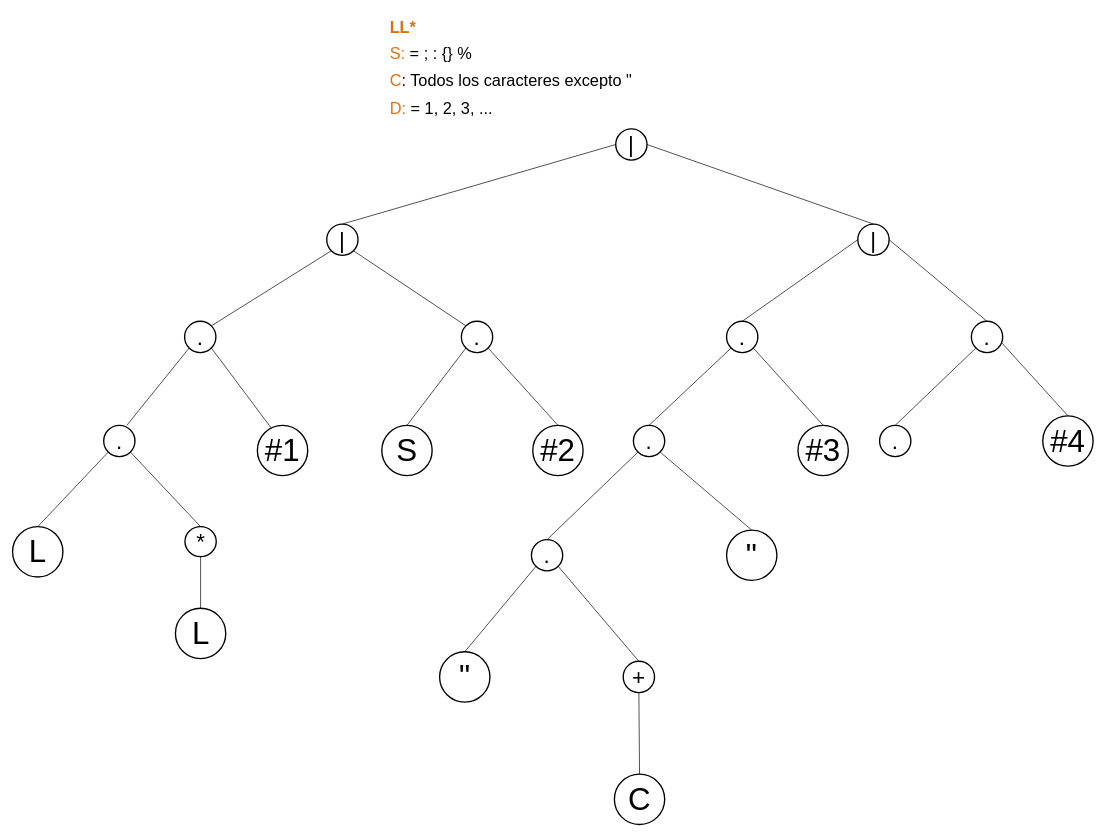
The draw.io diagram Proyecto1/Documentación/Manual Tecnico/Diagrama sin título.drawio in Farot3/-LFP-2S24Proyectos_202307820, before the edit. Source tidied: cells renumbered, new cells numbered last; positions are measured from the earlier drawing's top-left corner, leaving out a move shared by most shapes. Both pictures are drawn from the tidied source at 68%, with x=0, y=0 at pixel (12, 12).
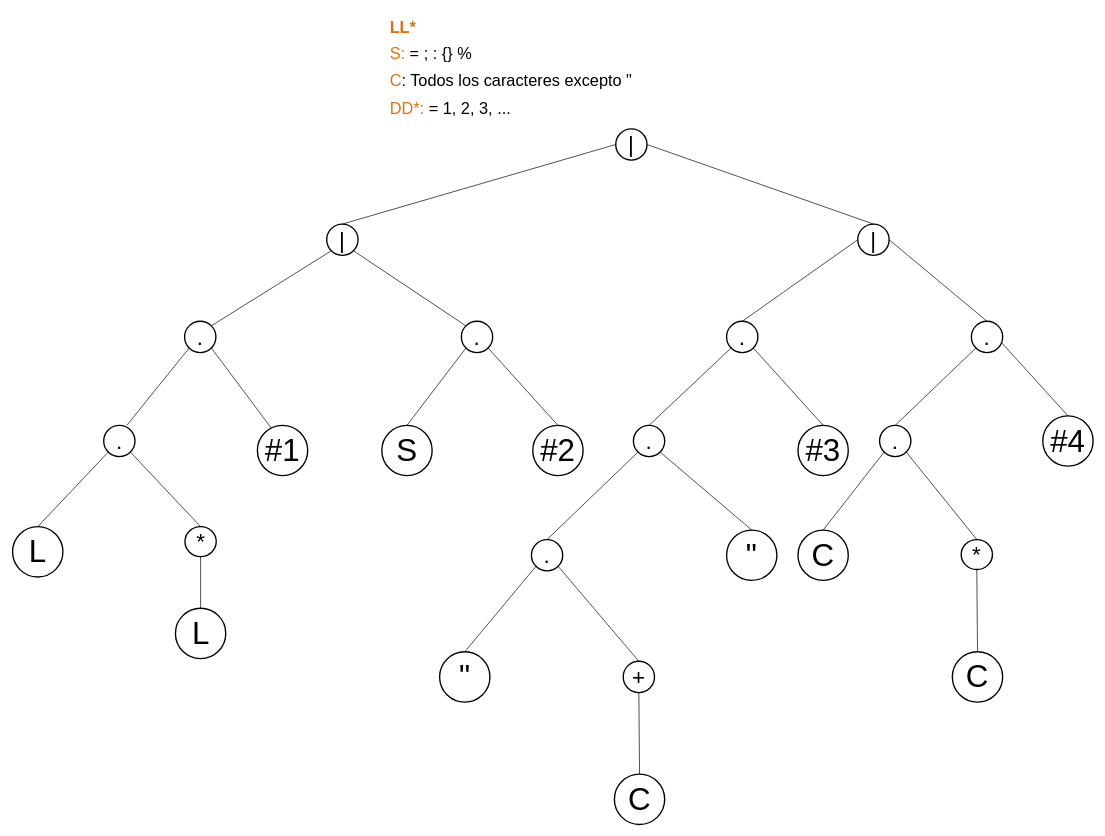
The same page after the edit.

Unchanged cells that the change refers to:
```xml
<mxCell id="49" value="." style="strokeWidth=2;html=1;shape=mxgraph.flowchart.start_2;whiteSpace=wrap;direction=south;fontSize=33;" parent="1" vertex="1">
  <mxGeometry x="1275" y="608" width="46" height="46" as="geometry" />
</mxCell>
```

What changed in the source:
```diff
@@
-    <mxCell id="41" value="&lt;font class=&quot;default_cursor_cs&quot; color=&quot;#db720e&quot;&gt;D:&amp;nbsp;&lt;/font&gt;= 1, 2, 3, ..." style="text;html=1;align=left;verticalAlign=middle;strokeColor=none;fillColor=none;fontSize=24;" parent="1" vertex="1">
-      <mxGeometry x="553" y="120" width="180" height="45" as="geometry" />
+    <mxCell id="41" value="&lt;font class=&quot;default_cursor_cs&quot; color=&quot;#db720e&quot;&gt;DD*:&amp;nbsp;&lt;/font&gt;= 1, 2, 3, ..." style="text;html=1;align=left;verticalAlign=middle;strokeColor=none;fillColor=none;fontSize=24;" parent="1" vertex="1">
+      <mxGeometry x="553" y="120" width="210" height="45" as="geometry" />
     </mxCell>
@@
+    <mxCell id="51" value="C" style="strokeWidth=2;html=1;shape=mxgraph.flowchart.start_2;whiteSpace=wrap;direction=south;fontSize=46;" parent="1" vertex="1">
+      <mxGeometry x="1155" y="762" width="74" height="74" as="geometry" />
+    </mxCell>
+    <mxCell id="52" style="endArrow=none;html=1;rounded=0;exitX=0;exitY=0.5;exitDx=0;exitDy=0;exitPerimeter=0;entryX=0.855;entryY=0.855;entryDx=0;entryDy=0;entryPerimeter=0;" parent="1" edge="1" source="51" target="49">
+      <mxGeometry relative="1" as="geometry" />
+    </mxCell>
+    <mxCell id="53" value="*" style="strokeWidth=2;html=1;shape=mxgraph.flowchart.start_2;whiteSpace=wrap;direction=south;fontSize=33;" parent="1" vertex="1">
+      <mxGeometry x="1395" y="776" width="46" height="44" as="geometry" />
+    </mxCell>
+    <mxCell id="54" value="C" style="strokeWidth=2;html=1;shape=mxgraph.flowchart.start_2;whiteSpace=wrap;direction=south;fontSize=46;" parent="1" vertex="1">
+      <mxGeometry x="1382" y="941" width="74" height="74" as="geometry" />
+    </mxCell>
+    <mxCell id="55" style="endArrow=none;html=1;rounded=0;entryX=1;entryY=0.5;entryDx=0;entryDy=0;entryPerimeter=0;exitX=0;exitY=0.5;exitDx=0;exitDy=0;exitPerimeter=0;" parent="1" edge="1" source="54" target="53">
+      <mxGeometry relative="1" as="geometry" />
+    </mxCell>
+    <mxCell id="56" style="endArrow=none;html=1;rounded=0;exitX=0;exitY=0.5;exitDx=0;exitDy=0;exitPerimeter=0;entryX=0.855;entryY=0.145;entryDx=0;entryDy=0;entryPerimeter=0;" parent="1" edge="1" source="53" target="49">
+      <mxGeometry relative="1" as="geometry" />
+    </mxCell>
```
